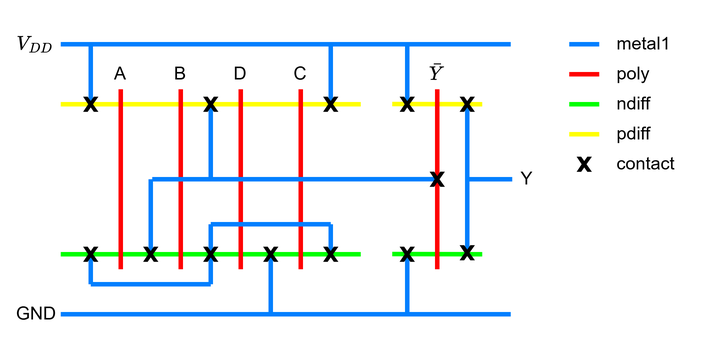
The draw.io diagram 1/stick_diagram_problem_2a.png in osowatzke/ECE507_HW, before a commit. Source tidied: cells renumbered, new cells last; positions are measured from the earlier drawing's top-left corner, leaving out a move shared by most shapes.
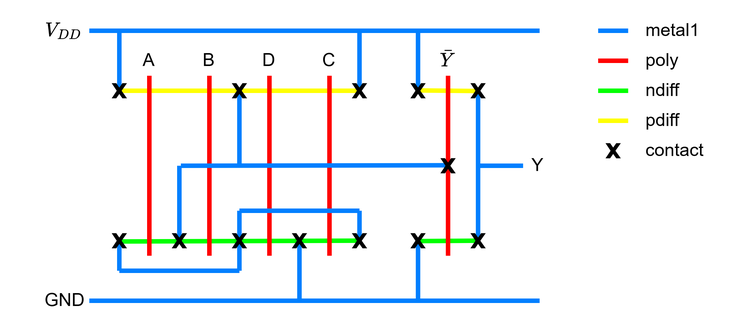
Above is the later version.

The edit, as a diff of the source:
```diff
@@ -3,13 +3,10 @@
     <mxCell id="0" />
     <mxCell id="1" parent="0" />
     <mxCell id="2" style="group;" parent="1" vertex="1">
-      <mxGeometry width="385" height="200" as="geometry" />
+      <mxGeometry y="-20" width="385" height="200" as="geometry" />
     </mxCell>
-    <mxCell id="3" style="endArrow=none;html=1;rounded=0;fillColor=#d5e8d4;strokeColor=#00FF00;jumpSize=6;strokeWidth=3;" parent="2" edge="1">
-      <mxGeometry relative="1" as="geometry">
-        <mxPoint x="31" y="150" as="sourcePoint" />
-        <mxPoint x="231" y="150" as="targetPoint" />
-      </mxGeometry>
+    <mxCell id="3" style="endArrow=none;html=1;rounded=0;fillColor=#d5e8d4;strokeColor=#00FF00;jumpSize=6;strokeWidth=3;exitX=0.456;exitY=0.548;exitDx=0;exitDy=0;exitPerimeter=0;entryX=0.552;entryY=0.494;entryDx=0;entryDy=0;entryPerimeter=0;" parent="2" edge="1" source="29" target="24">
+      <mxGeometry relative="1" as="geometry" />
     </mxCell>
     <mxCell id="4" style="endArrow=none;html=1;rounded=0;fillColor=#dae8fc;strokeColor=#007FFF;jumpSize=6;strokeWidth=3;" parent="2" edge="1">
       <mxGeometry relative="1" as="geometry">
@@ -25,8 +22,8 @@
     </mxCell>
     <mxCell id="6" style="endArrow=none;html=1;rounded=0;fillColor=#fff2cc;strokeColor=#FFFF00;jumpSize=6;strokeWidth=3;" parent="2" edge="1">
       <mxGeometry relative="1" as="geometry">
-        <mxPoint x="31" y="50" as="sourcePoint" />
-        <mxPoint x="231" y="50" as="targetPoint" />
+        <mxPoint x="50" y="50" as="sourcePoint" />
+        <mxPoint x="210" y="50" as="targetPoint" />
       </mxGeometry>
     </mxCell>
     <mxCell id="7" style="endArrow=none;html=1;rounded=0;fillColor=#fff2cc;strokeColor=#FF0000;jumpSize=6;strokeWidth=3;" parent="2" edge="1">
@@ -153,125 +150,120 @@
     <mxCell id="33" style="verticalLabelPosition=bottom;verticalAlign=top;html=1;shape=mxgraph.basic.x;fillColor=#000000;strokeWidth=0;" parent="2" vertex="1">
       <mxGeometry x="46" y="45" width="10" height="10" as="geometry" />
     </mxCell>
-    <mxCell id="34" style="endArrow=none;html=1;rounded=0;fillColor=#fff2cc;strokeColor=#FFFF00;jumpSize=6;strokeWidth=3;" parent="2" edge="1">
-      <mxGeometry relative="1" as="geometry">
-        <mxPoint x="252" y="49.9" as="sourcePoint" />
-        <mxPoint x="312" y="50" as="targetPoint" />
-      </mxGeometry>
+    <mxCell id="34" style="endArrow=none;html=1;rounded=0;fillColor=#fff2cc;strokeColor=#FFFF00;jumpSize=6;strokeWidth=3;exitX=0.465;exitY=0.478;exitDx=0;exitDy=0;exitPerimeter=0;entryX=0.465;entryY=0.518;entryDx=0;entryDy=0;entryPerimeter=0;" parent="2" edge="1" source="43" target="44">
+      <mxGeometry relative="1" as="geometry" />
     </mxCell>
-    <mxCell id="35" style="endArrow=none;html=1;rounded=0;fillColor=#d5e8d4;strokeColor=#00FF00;jumpSize=6;strokeWidth=3;" parent="2" edge="1">
+    <mxCell id="35" style="endArrow=none;html=1;rounded=0;fillColor=#d5e8d4;strokeColor=#00FF00;jumpSize=6;strokeWidth=3;exitX=0.481;exitY=0.523;exitDx=0;exitDy=0;exitPerimeter=0;entryX=0.498;entryY=0.597;entryDx=0;entryDy=0;entryPerimeter=0;" parent="2" edge="1" source="45">
       <mxGeometry relative="1" as="geometry">
-        <mxPoint x="252" y="149.9" as="sourcePoint" />
-        <mxPoint x="312" y="150" as="targetPoint" />
+        <mxPoint x="290" y="150" as="targetPoint" />
       </mxGeometry>
     </mxCell>
     <mxCell id="36" style="endArrow=none;html=1;rounded=0;fillColor=#fff2cc;strokeColor=#FF0000;jumpSize=6;strokeWidth=3;" parent="2" edge="1">
       <mxGeometry relative="1" as="geometry">
-        <mxPoint x="282" y="40" as="sourcePoint" />
-        <mxPoint x="282" y="160" as="targetPoint" />
+        <mxPoint x="270" y="40" as="sourcePoint" />
+        <mxPoint x="270" y="160" as="targetPoint" />
       </mxGeometry>
     </mxCell>
-    <mxCell id="37" style="endArrow=none;html=1;rounded=0;strokeColor=#007FFF;strokeWidth=3;" parent="2" edge="1">
+    <mxCell id="37" style="endArrow=none;html=1;rounded=0;strokeColor=#007FFF;strokeWidth=3;entryX=0.48;entryY=0.468;entryDx=0;entryDy=0;entryPerimeter=0;" parent="2" edge="1" target="38">
       <mxGeometry relative="1" as="geometry">
         <mxPoint x="92" y="100" as="sourcePoint" />
-        <mxPoint x="281.5" y="100" as="targetPoint" />
       </mxGeometry>
     </mxCell>
     <mxCell id="38" style="verticalLabelPosition=bottom;verticalAlign=top;html=1;shape=mxgraph.basic.x;fillColor=#000000;strokeWidth=0;" parent="2" vertex="1">
-      <mxGeometry x="277" y="95" width="10" height="10" as="geometry" />
+      <mxGeometry x="265" y="95" width="10" height="10" as="geometry" />
     </mxCell>
     <mxCell id="39" value="$$\bar{Y}$$" style="text;html=1;align=center;verticalAlign=middle;whiteSpace=wrap;rounded=0;" parent="2" vertex="1">
-      <mxGeometry x="272" y="20" width="20" height="20" as="geometry" />
+      <mxGeometry x="260" y="20" width="20" height="20" as="geometry" />
     </mxCell>
     <mxCell id="40" style="endArrow=none;html=1;rounded=0;strokeWidth=3;fillColor=#1ba1e2;strokeColor=#007FFF;" parent="2" edge="1">
       <mxGeometry relative="1" as="geometry">
-        <mxPoint x="302" y="50" as="sourcePoint" />
-        <mxPoint x="302" y="150" as="targetPoint" />
+        <mxPoint x="290" y="50" as="sourcePoint" />
+        <mxPoint x="290" y="150" as="targetPoint" />
       </mxGeometry>
     </mxCell>
     <mxCell id="41" style="endArrow=none;html=1;rounded=0;strokeWidth=3;fillColor=#1ba1e2;strokeColor=#007FFF;" parent="2" edge="1">
       <mxGeometry relative="1" as="geometry">
-        <mxPoint x="262" y="150" as="sourcePoint" />
-        <mxPoint x="262" y="190" as="targetPoint" />
+        <mxPoint x="250" y="150" as="sourcePoint" />
+        <mxPoint x="250" y="190" as="targetPoint" />
       </mxGeometry>
     </mxCell>
     <mxCell id="42" style="endArrow=none;html=1;rounded=0;strokeWidth=3;fillColor=#1ba1e2;strokeColor=#007FFF;" parent="2" edge="1">
       <mxGeometry relative="1" as="geometry">
-        <mxPoint x="262" y="10" as="sourcePoint" />
-        <mxPoint x="262" y="50" as="targetPoint" />
+        <mxPoint x="250" y="10" as="sourcePoint" />
+        <mxPoint x="250" y="50" as="targetPoint" />
       </mxGeometry>
     </mxCell>
     <mxCell id="43" style="verticalLabelPosition=bottom;verticalAlign=top;html=1;shape=mxgraph.basic.x;fillColor=#000000;strokeWidth=0;" parent="2" vertex="1">
-      <mxGeometry x="257" y="45" width="10" height="10" as="geometry" />
+      <mxGeometry x="245" y="45" width="10" height="10" as="geometry" />
     </mxCell>
     <mxCell id="44" style="verticalLabelPosition=bottom;verticalAlign=top;html=1;shape=mxgraph.basic.x;fillColor=#000000;strokeWidth=0;" parent="2" vertex="1">
-      <mxGeometry x="297" y="45" width="10" height="10" as="geometry" />
+      <mxGeometry x="285" y="45" width="10" height="10" as="geometry" />
     </mxCell>
     <mxCell id="45" style="verticalLabelPosition=bottom;verticalAlign=top;html=1;shape=mxgraph.basic.x;fillColor=#000000;strokeWidth=0;" parent="2" vertex="1">
-      <mxGeometry x="297" y="144" width="10" height="10" as="geometry" />
+      <mxGeometry x="245" y="145" width="10" height="10" as="geometry" />
     </mxCell>
-    <mxCell id="46" style="verticalLabelPosition=bottom;verticalAlign=top;html=1;shape=mxgraph.basic.x;fillColor=#000000;strokeWidth=0;" parent="2" vertex="1">
-      <mxGeometry x="257" y="145" width="10" height="10" as="geometry" />
+    <mxCell id="46" value="GND" style="text;html=1;align=center;verticalAlign=middle;whiteSpace=wrap;rounded=0;rotation=0;" parent="2" vertex="1">
+      <mxGeometry y="180" width="30" height="20" as="geometry" />
     </mxCell>
-    <mxCell id="47" value="GND" style="text;html=1;align=center;verticalAlign=middle;whiteSpace=wrap;rounded=0;rotation=0;" parent="2" vertex="1">
-      <mxGeometry y="180" width="30" height="20" as="geometry" />
+    <mxCell id="47" value="$$V_{DD}$$" style="text;html=1;align=center;verticalAlign=middle;whiteSpace=wrap;rounded=0;rotation=0;" parent="2" vertex="1">
+      <mxGeometry width="30" height="20" as="geometry" />
     </mxCell>
-    <mxCell id="48" value="$$V_{DD}$$" style="text;html=1;align=center;verticalAlign=middle;whiteSpace=wrap;rounded=0;rotation=0;" parent="2" vertex="1">
-      <mxGeometry width="30" height="20" as="geometry" />
+    <mxCell id="48" value="Y" style="text;html=1;align=center;verticalAlign=middle;whiteSpace=wrap;rounded=0;rotation=0;" parent="2" vertex="1">
+      <mxGeometry x="320" y="90" width="20" height="20" as="geometry" />
     </mxCell>
-    <mxCell id="49" value="Y" style="text;html=1;align=center;verticalAlign=middle;whiteSpace=wrap;rounded=0;rotation=0;" parent="2" vertex="1">
-      <mxGeometry x="332" y="90" width="20" height="20" as="geometry" />
+    <mxCell id="49" style="endArrow=none;html=1;rounded=0;strokeColor=#007FFF;strokeWidth=3;" parent="2" edge="1">
+      <mxGeometry relative="1" as="geometry">
+        <mxPoint x="291" y="100" as="sourcePoint" />
+        <mxPoint x="320" y="100" as="targetPoint" />
+      </mxGeometry>
     </mxCell>
-    <mxCell id="50" style="endArrow=none;html=1;rounded=0;strokeColor=#007FFF;strokeWidth=3;" parent="2" edge="1">
-      <mxGeometry relative="1" as="geometry">
-        <mxPoint x="303" y="100" as="sourcePoint" />
-        <mxPoint x="332" y="100" as="targetPoint" />
-      </mxGeometry>
+    <mxCell id="50" style="group;" parent="2" vertex="1">
+      <mxGeometry x="370" y="10" width="20" height="85" as="geometry" />
     </mxCell>
-    <mxCell id="51" style="group;" parent="2" vertex="1">
-      <mxGeometry x="370" y="10" width="20" height="85" as="geometry" />
+    <mxCell id="51" style="endArrow=none;html=1;rounded=0;strokeWidth=3;fillColor=#1ba1e2;strokeColor=#007FFF;" parent="50" edge="1">
+      <mxGeometry relative="1" as="geometry">
+        <mxPoint as="sourcePoint" />
+        <mxPoint x="20" as="targetPoint" />
+      </mxGeometry>
     </mxCell>
-    <mxCell id="52" style="endArrow=none;html=1;rounded=0;strokeWidth=3;fillColor=#1ba1e2;strokeColor=#007FFF;" parent="51" edge="1">
+    <mxCell id="52" style="endArrow=none;html=1;rounded=0;strokeWidth=3;fillColor=#1ba1e2;strokeColor=#FFFF00;" parent="50" edge="1">
       <mxGeometry relative="1" as="geometry">
-        <mxPoint as="sourcePoint" />
-        <mxPoint x="20" as="targetPoint" />
+        <mxPoint y="60" as="sourcePoint" />
+        <mxPoint x="20" y="60" as="targetPoint" />
       </mxGeometry>
     </mxCell>
-    <mxCell id="53" style="endArrow=none;html=1;rounded=0;strokeWidth=3;fillColor=#1ba1e2;strokeColor=#FFFF00;" parent="51" edge="1">
-      <mxGeometry relative="1" as="geometry">
-        <mxPoint y="60" as="sourcePoint" />
-        <mxPoint x="20" y="60" as="targetPoint" />
-      </mxGeometry>
+    <mxCell id="53" style="verticalLabelPosition=bottom;verticalAlign=top;html=1;shape=mxgraph.basic.x;fillColor=#000000;strokeWidth=0;" parent="50" vertex="1">
+      <mxGeometry x="5" y="75" width="10" height="10" as="geometry" />
     </mxCell>
-    <mxCell id="54" style="verticalLabelPosition=bottom;verticalAlign=top;html=1;shape=mxgraph.basic.x;fillColor=#000000;strokeWidth=0;" parent="51" vertex="1">
-      <mxGeometry x="5" y="75" width="10" height="10" as="geometry" />
+    <mxCell id="54" style="endArrow=none;html=1;rounded=0;strokeWidth=3;fillColor=#1ba1e2;strokeColor=#FF0000;" parent="1" edge="1">
+      <mxGeometry relative="1" as="geometry">
+        <mxPoint x="370" y="10" as="sourcePoint" />
+        <mxPoint x="390" y="10" as="targetPoint" />
+      </mxGeometry>
     </mxCell>
-    <mxCell id="55" style="endArrow=none;html=1;rounded=0;strokeWidth=3;fillColor=#1ba1e2;strokeColor=#FF0000;" parent="1" edge="1">
+    <mxCell id="55" style="endArrow=none;html=1;rounded=0;strokeWidth=3;fillColor=#1ba1e2;strokeColor=#00FF00;" parent="1" edge="1">
       <mxGeometry relative="1" as="geometry">
         <mxPoint x="370" y="30" as="sourcePoint" />
         <mxPoint x="390" y="30" as="targetPoint" />
       </mxGeometry>
     </mxCell>
-    <mxCell id="56" style="endArrow=none;html=1;rounded=0;strokeWidth=3;fillColor=#1ba1e2;strokeColor=#00FF00;" parent="1" edge="1">
-      <mxGeometry relative="1" as="geometry">
-        <mxPoint x="370" y="50" as="sourcePoint" />
-        <mxPoint x="390" y="50" as="targetPoint" />
-      </mxGeometry>
+    <mxCell id="56" value="metal1" style="text;html=1;align=left;verticalAlign=middle;whiteSpace=wrap;rounded=0;rotation=0;" parent="1" vertex="1">
+      <mxGeometry x="400" y="-20" width="50" height="20" as="geometry" />
     </mxCell>
-    <mxCell id="57" value="metal1" style="text;html=1;align=left;verticalAlign=middle;whiteSpace=wrap;rounded=0;rotation=0;" parent="1" vertex="1">
+    <mxCell id="57" value="poly" style="text;html=1;align=left;verticalAlign=middle;whiteSpace=wrap;rounded=0;rotation=0;" parent="1" vertex="1">
       <mxGeometry x="400" width="50" height="20" as="geometry" />
     </mxCell>
-    <mxCell id="58" value="poly" style="text;html=1;align=left;verticalAlign=middle;whiteSpace=wrap;rounded=0;rotation=0;" parent="1" vertex="1">
+    <mxCell id="58" value="ndiff" style="text;html=1;align=left;verticalAlign=middle;whiteSpace=wrap;rounded=0;rotation=0;" parent="1" vertex="1">
       <mxGeometry x="400" y="20" width="50" height="20" as="geometry" />
     </mxCell>
-    <mxCell id="59" value="ndiff" style="text;html=1;align=left;verticalAlign=middle;whiteSpace=wrap;rounded=0;rotation=0;" parent="1" vertex="1">
+    <mxCell id="59" value="pdiff" style="text;html=1;align=left;verticalAlign=middle;whiteSpace=wrap;rounded=0;rotation=0;" parent="1" vertex="1">
       <mxGeometry x="400" y="40" width="50" height="20" as="geometry" />
     </mxCell>
-    <mxCell id="60" value="pdiff" style="text;html=1;align=left;verticalAlign=middle;whiteSpace=wrap;rounded=0;rotation=0;" parent="1" vertex="1">
+    <mxCell id="60" value="contact" style="text;html=1;align=left;verticalAlign=middle;whiteSpace=wrap;rounded=0;rotation=0;" parent="1" vertex="1">
       <mxGeometry x="400" y="60" width="50" height="20" as="geometry" />
     </mxCell>
-    <mxCell id="61" value="contact" style="text;html=1;align=left;verticalAlign=middle;whiteSpace=wrap;rounded=0;rotation=0;" parent="1" vertex="1">
-      <mxGeometry x="400" y="80" width="50" height="20" as="geometry" />
+    <mxCell id="61" style="verticalLabelPosition=bottom;verticalAlign=top;html=1;shape=mxgraph.basic.x;fillColor=#000000;strokeWidth=0;" parent="1" vertex="1">
+      <mxGeometry x="285" y="125" width="10" height="10" as="geometry" />
     </mxCell>
   </root>
 </mxGraphModel>
```
